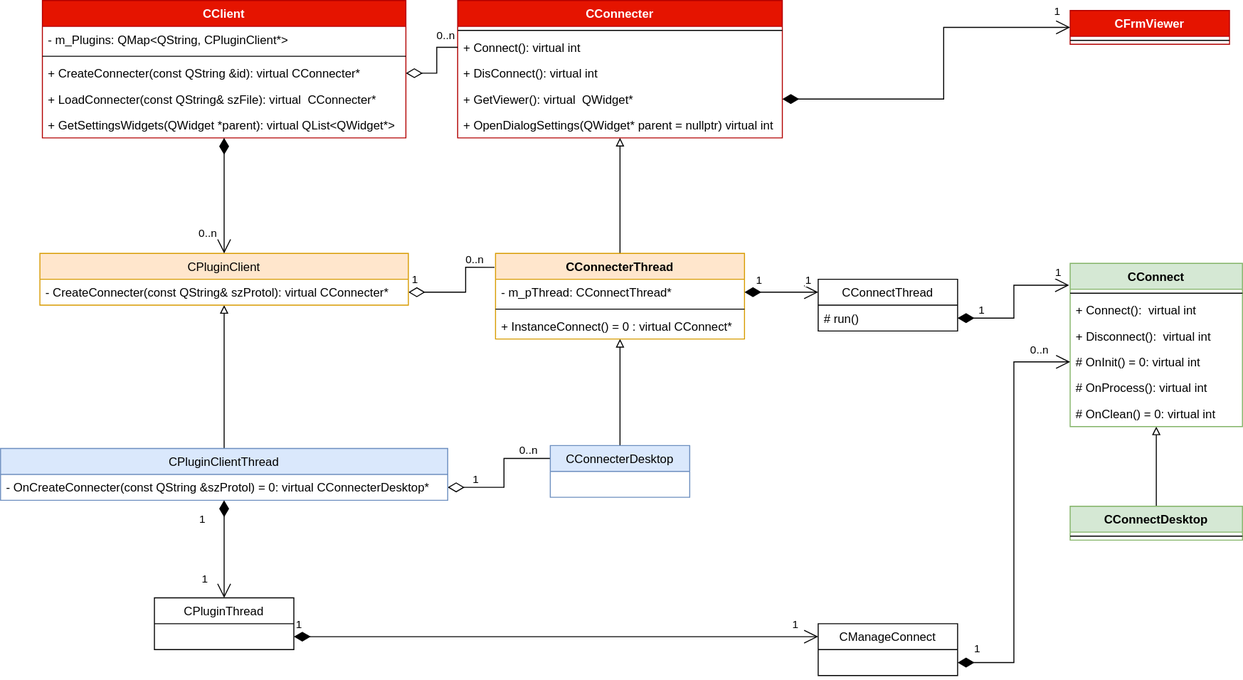
Earlier version of the draw.io export docs/Image/PluginClientAPI.svg (KangLin/RabbitRemoteControl). Source tidied: cells renumbered, new cells last; positions are measured from the earlier drawing's top-left corner, leaving out a move shared by most shapes.
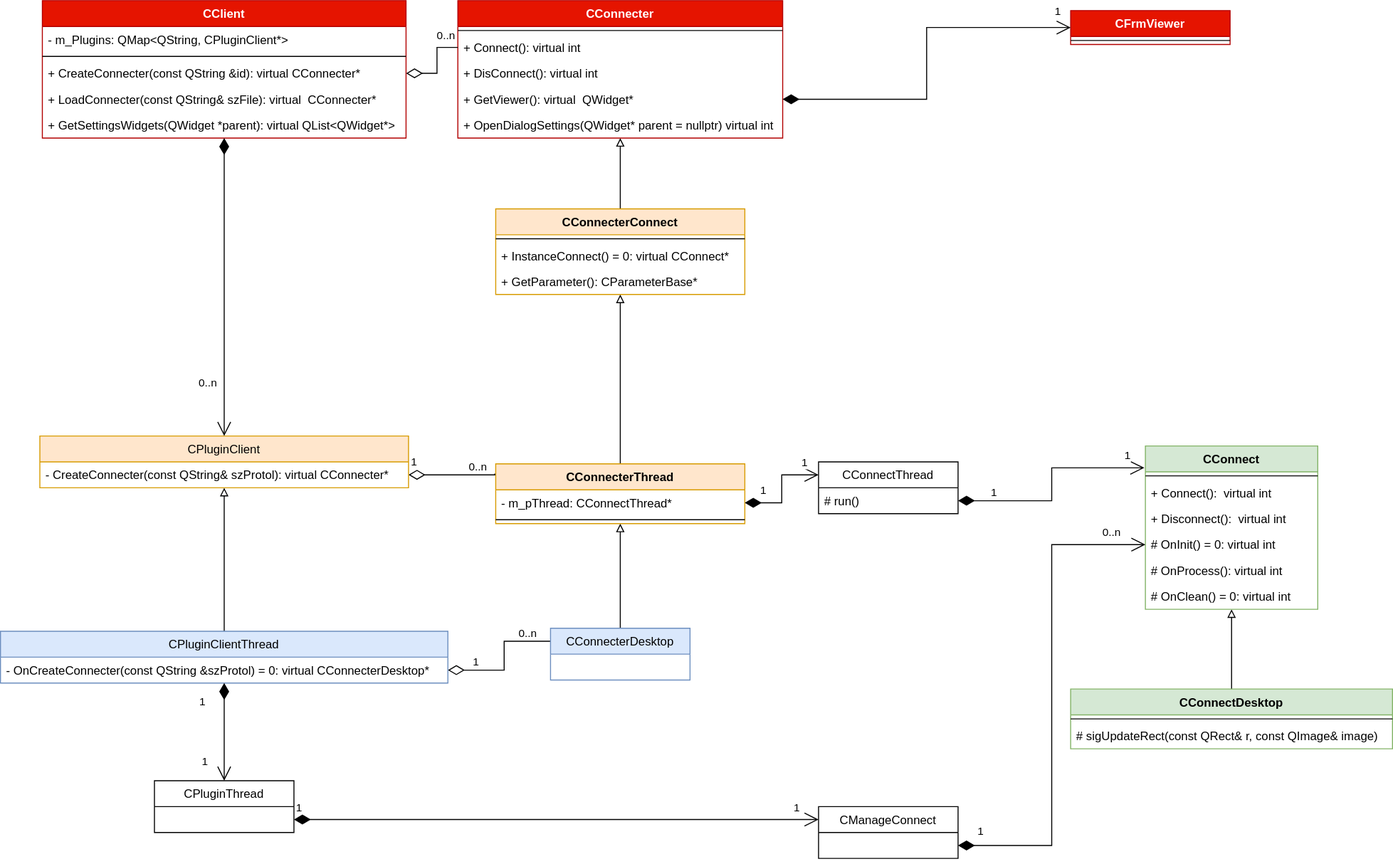
After the change.

What changed in the source:
```diff
@@ -3,7 +3,7 @@
     <mxCell id="0" />
     <mxCell id="1" parent="0" />
     <mxCell id="2" value="CClient" style="swimlane;fontStyle=1;align=center;verticalAlign=top;horizontal=1;startSize=26;fillColor=#e51400;fontColor=#ffffff;strokeColor=#B20000;" parent="1" vertex="1">
-      <mxGeometry x="42" width="365" height="138" as="geometry" />
+      <mxGeometry x="42" y="-183" width="365" height="138" as="geometry" />
     </mxCell>
     <mxCell id="3" value="- m_Plugins: QMap&lt;QString, CPluginClient*&gt;" style="text;strokeColor=none;fillColor=none;align=left;verticalAlign=top;spacingLeft=4;spacingRight=4;overflow=hidden;" parent="2" vertex="1">
       <mxGeometry y="26" width="365" height="26" as="geometry" />
@@ -20,8 +20,11 @@
     <mxCell id="7" value="+ GetSettingsWidgets(QWidget *parent): virtual QList&amp;lt;QWidget*&amp;gt;" style="text;strokeColor=none;fillColor=none;align=left;verticalAlign=top;spacingLeft=4;spacingRight=4;overflow=hidden;whiteSpace=wrap;html=1;" parent="2" vertex="1">
       <mxGeometry y="112" width="365" height="26" as="geometry" />
     </mxCell>
+    <mxCell id="65" style="edgeStyle=orthogonalEdgeStyle;rounded=0;jettySize=auto;html=1;endArrow=none;endFill=0;startArrow=block;startFill=0;" parent="1" edge="1" source="8" target="68">
+      <mxGeometry relative="1" as="geometry" />
+    </mxCell>
     <mxCell id="8" value="CConnecter" style="swimlane;fontStyle=1;align=center;verticalAlign=top;horizontal=1;startSize=26;fillColor=#e51400;fontColor=#ffffff;strokeColor=#B20000;" parent="1" vertex="1">
-      <mxGeometry x="459" width="326" height="138" as="geometry" />
+      <mxGeometry x="459" y="-183" width="326" height="138" as="geometry" />
     </mxCell>
     <mxCell id="9" style="line;strokeWidth=1;fillColor=none;align=left;verticalAlign=middle;spacingTop=-1;spacingLeft=3;spacingRight=3;labelPosition=right;" parent="8" vertex="1">
       <mxGeometry y="26" width="326" height="8" as="geometry" />
@@ -38,14 +41,14 @@
     <mxCell id="13" value="+ OpenDialogSettings(QWidget* parent = nullptr) virtual int" style="text;strokeColor=none;fillColor=none;align=left;verticalAlign=top;spacingLeft=4;spacingRight=4;overflow=hidden;" parent="8" vertex="1">
       <mxGeometry y="112" width="326" height="26" as="geometry" />
     </mxCell>
-    <mxCell id="14" style="edgeStyle=orthogonalEdgeStyle;rounded=0;jettySize=auto;html=1;entryX=0.5;entryY=1;entryDx=0;entryDy=0;endArrow=block;endFill=0;" parent="1" edge="1" source="16" target="8">
-      <mxGeometry relative="1" as="geometry" />
-    </mxCell>
     <mxCell id="15" style="edgeStyle=orthogonalEdgeStyle;rounded=0;jettySize=auto;html=1;entryX=0.5;entryY=0;entryDx=0;entryDy=0;startArrow=block;startFill=0;endArrow=none;endFill=0;" parent="1" edge="1" source="16" target="43">
       <mxGeometry relative="1" as="geometry" />
     </mxCell>
+    <mxCell id="66" style="edgeStyle=orthogonalEdgeStyle;rounded=0;jettySize=auto;html=1;entryX=0.5;entryY=1;entryDx=0;entryDy=0;endArrow=block;endFill=0;startArrow=none;startFill=0;" parent="1" edge="1" source="16" target="68">
+      <mxGeometry relative="1" as="geometry" />
+    </mxCell>
     <mxCell id="16" value="CConnecterThread&#10;" style="swimlane;fontStyle=1;align=center;verticalAlign=top;horizontal=1;startSize=26;fillColor=#ffe6cc;strokeColor=#d79b00;" parent="1" vertex="1">
-      <mxGeometry x="497" y="254" width="250" height="86" as="geometry" />
+      <mxGeometry x="497" y="282" width="250" height="60" as="geometry" />
     </mxCell>
     <mxCell id="17" value="- m_pThread: CConnectThread*" style="text;strokeColor=none;fillColor=none;align=left;verticalAlign=top;spacingLeft=4;spacingRight=4;overflow=hidden;points=[[0,0.5],[1,0.5]];portConstraint=eastwest;" parent="16" vertex="1">
       <mxGeometry y="26" width="250" height="26" as="geometry" />
@@ -53,11 +56,8 @@
     <mxCell id="18" style="line;strokeWidth=1;fillColor=none;align=left;verticalAlign=middle;spacingTop=-1;spacingLeft=3;spacingRight=3;labelPosition=right;" parent="16" vertex="1">
       <mxGeometry y="52" width="250" height="8" as="geometry" />
     </mxCell>
-    <mxCell id="19" value="+ InstanceConnect() = 0 : virtual CConnect*" style="text;strokeColor=none;fillColor=none;align=left;verticalAlign=top;spacingLeft=4;spacingRight=4;overflow=hidden;" parent="16" vertex="1">
-      <mxGeometry y="60" width="250" height="26" as="geometry" />
-    </mxCell>
     <mxCell id="20" value="CFrmViewer" style="swimlane;fontStyle=1;align=center;verticalAlign=top;horizontal=1;startSize=26;fillColor=#e51400;fontColor=#ffffff;strokeColor=#B20000;" parent="1" vertex="1">
-      <mxGeometry x="1074" y="10" width="160" height="34" as="geometry" />
+      <mxGeometry x="1074" y="-173" width="160" height="34" as="geometry" />
     </mxCell>
     <mxCell id="21" style="line;strokeWidth=1;fillColor=none;align=left;verticalAlign=middle;spacingTop=-1;spacingLeft=3;spacingRight=3;labelPosition=right;" parent="20" vertex="1">
       <mxGeometry y="26" width="160" height="8" as="geometry" />
@@ -66,7 +66,7 @@
       <mxGeometry relative="1" as="geometry" />
     </mxCell>
     <mxCell id="23" value="CConnect" style="swimlane;fontStyle=1;align=center;verticalAlign=top;horizontal=1;startSize=26;fillColor=#d5e8d4;strokeColor=#82b366;" parent="1" vertex="1">
-      <mxGeometry x="1074" y="264" width="173" height="164" as="geometry" />
+      <mxGeometry x="1149" y="264" width="173" height="164" as="geometry" />
     </mxCell>
     <mxCell id="24" style="line;strokeWidth=1;fillColor=none;align=left;verticalAlign=middle;spacingTop=-1;spacingLeft=3;spacingRight=3;labelPosition=right;" parent="23" vertex="1">
       <mxGeometry y="26" width="173" height="8" as="geometry" />
@@ -89,8 +89,7 @@
     <mxCell id="30" style="edgeStyle=orthogonalEdgeStyle;rounded=0;jettySize=auto;html=1;startArrow=diamondThin;startFill=0;endArrow=none;endFill=0;exitX=1;exitY=0.5;exitDx=0;exitDy=0;startSize=14;entryX=-0.004;entryY=0.163;entryDx=0;entryDy=0;entryPerimeter=0;" parent="1" edge="1" source="35" target="16">
       <mxGeometry relative="1" as="geometry">
         <Array as="points">
-          <mxPoint x="467" y="293" />
-          <mxPoint x="467" y="268" />
+          <mxPoint x="496" y="293" />
         </Array>
       </mxGeometry>
     </mxCell>
@@ -185,12 +184,7 @@
       </mxGeometry>
     </mxCell>
     <mxCell id="55" style="endArrow=open;html=1;endSize=12;startArrow=diamondThin;startSize=14;startFill=1;edgeStyle=orthogonalEdgeStyle;align=left;verticalAlign=bottom;rounded=0;exitX=1;exitY=0.5;exitDx=0;exitDy=0;entryX=0;entryY=0.5;entryDx=0;entryDy=0;" parent="1" edge="1" source="12" target="20">
-      <mxGeometry x="-0.93" y="19" relative="1" as="geometry">
-        <Array as="points">
-          <mxPoint x="947" y="99" />
-          <mxPoint x="947" y="27" />
-        </Array>
-      </mxGeometry>
+      <mxGeometry relative="1" as="geometry" />
     </mxCell>
     <mxCell id="56" value="1" style="edgeLabel;html=1;align=center;verticalAlign=middle;" parent="55" vertex="1">
       <mxGeometry x="0.92" relative="1" as="geometry">
@@ -222,10 +216,25 @@
       </mxGeometry>
     </mxCell>
     <mxCell id="63" value="CConnectDesktop" style="swimlane;fontStyle=1;align=center;verticalAlign=top;horizontal=1;startSize=26;fillColor=#d5e8d4;strokeColor=#82b366;" parent="1" vertex="1">
-      <mxGeometry x="1074" y="508" width="173" height="34" as="geometry" />
+      <mxGeometry x="1074" y="508" width="323" height="60" as="geometry" />
     </mxCell>
     <mxCell id="64" style="line;strokeWidth=1;fillColor=none;align=left;verticalAlign=middle;spacingTop=-1;spacingLeft=3;spacingRight=3;labelPosition=right;" parent="63" vertex="1">
-      <mxGeometry y="26" width="173" height="8" as="geometry" />
+      <mxGeometry y="26" width="323" height="8" as="geometry" />
     </mxCell>
+    <mxCell id="67" value="# sigUpdateRect(const QRect&amp;amp; r, const QImage&amp;amp; image)" style="text;strokeColor=none;fillColor=none;align=left;verticalAlign=top;spacingLeft=4;spacingRight=4;overflow=hidden;whiteSpace=wrap;html=1;" parent="63" vertex="1">
+      <mxGeometry y="34" width="323" height="26" as="geometry" />
+    </mxCell>
+    <mxCell id="68" value="CConnecterConnect" style="swimlane;fontStyle=1;align=center;verticalAlign=top;horizontal=1;startSize=26;fillColor=#ffe6cc;strokeColor=#d79b00;" parent="1" vertex="1">
+      <mxGeometry x="497" y="26" width="250" height="86" as="geometry" />
+    </mxCell>
+    <mxCell id="69" style="line;strokeWidth=1;fillColor=none;align=left;verticalAlign=middle;spacingTop=-1;spacingLeft=3;spacingRight=3;labelPosition=right;" parent="68" vertex="1">
+      <mxGeometry y="26" width="250" height="8" as="geometry" />
+    </mxCell>
+    <mxCell id="70" value="+ InstanceConnect() = 0: virtual CConnect*" style="text;strokeColor=none;fillColor=none;align=left;verticalAlign=top;spacingLeft=4;spacingRight=4;overflow=hidden;" parent="68" vertex="1">
+      <mxGeometry y="34" width="250" height="26" as="geometry" />
+    </mxCell>
+    <mxCell id="71" value="+ GetParameter(): CParameterBase*" style="text;strokeColor=none;fillColor=none;align=left;verticalAlign=top;spacingLeft=4;spacingRight=4;overflow=hidden;" parent="68" vertex="1">
+      <mxGeometry y="60" width="250" height="26" as="geometry" />
+    </mxCell>
   </root>
 </mxGraphModel>
```
